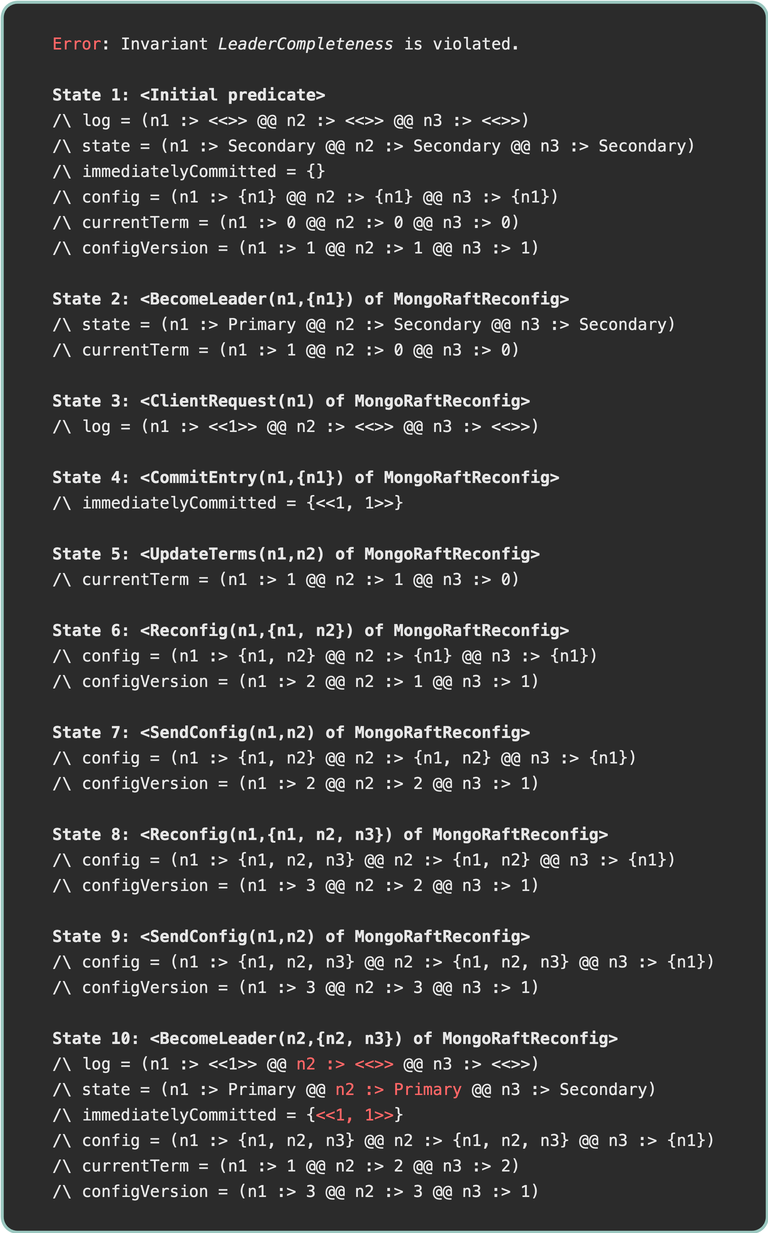
Before: traces/traces-t3.drawio.png, a diagram exported from draw.io (will62794/reconfig-traces). Source tidied: cells renumbered, new cells last; positions are measured from the earlier drawing's top-left corner, leaving out a move shared by most shapes.
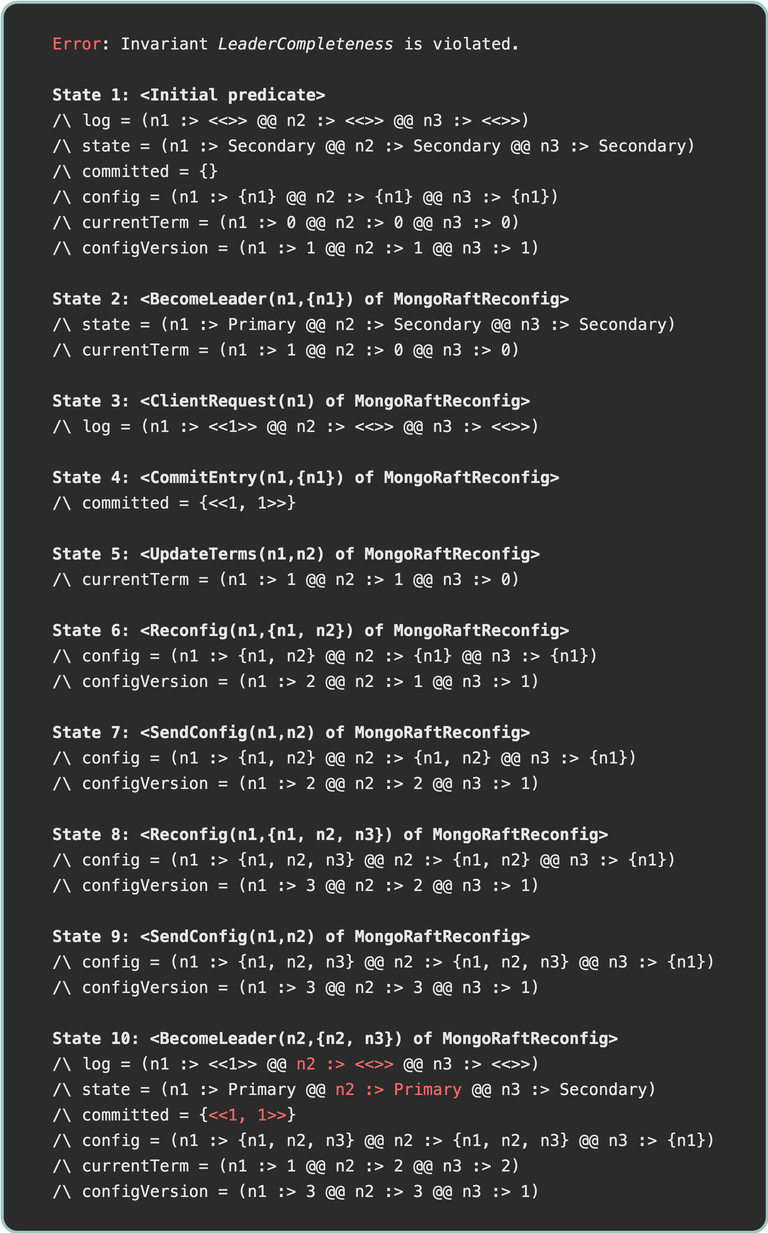
After the change.

What changed in the source:
```diff
@@ -2,7 +2,7 @@
   <root>
     <mxCell id="0" />
     <mxCell id="1" parent="0" />
-    <mxCell id="2" value="&lt;div style=&quot;background-color: rgb(43, 43, 43); line-height: 16px;&quot;&gt;&lt;div style=&quot;text-align: left;&quot;&gt;&lt;font face=&quot;Menlo, Monaco, Courier New, monospace&quot;&gt;&lt;span style=&quot;font-size: 10.8px; white-space: pre;&quot;&gt;&lt;font style=&quot;color: rgb(255, 102, 102);&quot;&gt;Error&lt;/font&gt;&lt;font color=&quot;#e6e6e6&quot;&gt;: Invariant &lt;/font&gt;&lt;i style=&quot;color: rgb(230, 230, 230);&quot;&gt;LeaderCompleteness&lt;/i&gt;&lt;font color=&quot;#e6e6e6&quot;&gt; is violated.&lt;br&gt;&lt;/font&gt;&lt;b style=&quot;color: rgb(230, 230, 230);&quot;&gt;&lt;br&gt;&lt;/b&gt;&lt;/span&gt;&lt;/font&gt;&lt;/div&gt;&lt;div style=&quot;text-align: left;&quot;&gt;&lt;font face=&quot;Menlo, Monaco, Courier New, monospace&quot;&gt;&lt;span style=&quot;font-size: 10.8px; white-space: pre;&quot;&gt;&lt;b style=&quot;color: rgb(230, 230, 230);&quot;&gt;State 1: &amp;lt;Initial predicate&amp;gt;&lt;br&gt;&lt;/b&gt;&lt;font color=&quot;#e6e6e6&quot;&gt;/\ log = (n1 :&amp;gt; &amp;lt;&amp;lt;&amp;gt;&amp;gt; @@ n2 :&amp;gt; &amp;lt;&amp;lt;&amp;gt;&amp;gt; @@ n3 :&amp;gt; &amp;lt;&amp;lt;&amp;gt;&amp;gt;)&lt;br&gt;/\ state = (n1 :&amp;gt; Secondary @@ n2 :&amp;gt; Secondary @@ n3 :&amp;gt; Secondary)&lt;br&gt;/\ immediatelyCommitted = {}&lt;br&gt;/\ config = (n1 :&amp;gt; {n1} @@ n2 :&amp;gt; {n1} @@ n3 :&amp;gt; {n1})&lt;br&gt;/\ currentTerm = (n1 :&amp;gt; 0 @@ n2 :&amp;gt; 0 @@ n3 :&amp;gt; 0)&lt;br&gt;/\ configVersion = (n1 :&amp;gt; 1 @@ n2 :&amp;gt; 1 @@ n3 :&amp;gt; 1)&lt;br&gt;&lt;br&gt;&lt;/font&gt;&lt;b style=&quot;color: rgb(230, 230, 230);&quot;&gt;State 2: &amp;lt;BecomeLeader(n1,{n1}) of MongoRaftReconfig&amp;gt;&lt;br&gt;&lt;/b&gt;&lt;font color=&quot;#e6e6e6&quot;&gt;/\ state = (n1 :&amp;gt; Primary @@ n2 :&amp;gt; Secondary @@ n3 :&amp;gt; Secondary)&lt;br&gt;/\ currentTerm = (n1 :&amp;gt; 1 @@ n2 :&amp;gt; 0 @@ n3 :&amp;gt; 0)&lt;br&gt;&lt;br&gt;&lt;/font&gt;&lt;b style=&quot;color: rgb(230, 230, 230);&quot;&gt;State 3: &amp;lt;ClientRequest(n1) of MongoRaftReconfig&amp;gt;&lt;br&gt;&lt;/b&gt;&lt;font color=&quot;#e6e6e6&quot;&gt;/\ log = (n1 :&amp;gt; &amp;lt;&amp;lt;1&amp;gt;&amp;gt; @@ n2 :&amp;gt; &amp;lt;&amp;lt;&amp;gt;&amp;gt; @@ n3 :&amp;gt; &amp;lt;&amp;lt;&amp;gt;&amp;gt;)&lt;br&gt;&lt;br&gt;&lt;/font&gt;&lt;b style=&quot;color: rgb(230, 230, 230);&quot;&gt;State 4: &amp;lt;CommitEntry(n1,{n1}) of MongoRaftReconfig&amp;gt;&lt;br&gt;&lt;/b&gt;&lt;font color=&quot;#e6e6e6&quot;&gt;/\ immediatelyCommitted = {&amp;lt;&amp;lt;1, 1&amp;gt;&amp;gt;}&lt;br&gt;&lt;br&gt;&lt;/font&gt;&lt;b style=&quot;color: rgb(230, 230, 230);&quot;&gt;State 5: &amp;lt;UpdateTerms(n1,n2) of MongoRaftReconfig&amp;gt;&lt;br&gt;&lt;/b&gt;&lt;font color=&quot;#e6e6e6&quot;&gt;/\ currentTerm = (n1 :&amp;gt; 1 @@ n2 :&amp;gt; 1 @@ n3 :&amp;gt; 0)&lt;br&gt;&lt;br&gt;&lt;/font&gt;&lt;b style=&quot;color: rgb(230, 230, 230);&quot;&gt;State 6: &amp;lt;Reconfig(n1,{n1, n2}) of MongoRaftReconfig&amp;gt;&lt;br&gt;&lt;/b&gt;&lt;font color=&quot;#e6e6e6&quot;&gt;/\ config = (n1 :&amp;gt; {n1, n2} @@ n2 :&amp;gt; {n1} @@ n3 :&amp;gt; {n1})&lt;br&gt;/\ configVersion = (n1 :&amp;gt; 2 @@ n2 :&amp;gt; 1 @@ n3 :&amp;gt; 1)&lt;br&gt;&lt;br&gt;&lt;/font&gt;&lt;b style=&quot;color: rgb(230, 230, 230);&quot;&gt;State 7: &amp;lt;SendConfig(n1,n2) of MongoRaftReconfig&amp;gt;&lt;br&gt;&lt;/b&gt;&lt;font color=&quot;#e6e6e6&quot;&gt;/\ config = (n1 :&amp;gt; {n1, n2} @@ n2 :&amp;gt; {n1, n2} @@ n3 :&amp;gt; {n1})&lt;br&gt;/\ configVersion = (n1 :&amp;gt; 2 @@ n2 :&amp;gt; 2 @@ n3 :&amp;gt; 1)&lt;br&gt;&lt;br&gt;&lt;/font&gt;&lt;b style=&quot;color: rgb(230, 230, 230);&quot;&gt;State 8: &amp;lt;Reconfig(n1,{n1, n2, n3}) of MongoRaftReconfig&amp;gt;&lt;br&gt;&lt;/b&gt;&lt;font color=&quot;#e6e6e6&quot;&gt;/\ config = (n1 :&amp;gt; {n1, n2, n3} @@ n2 :&amp;gt; {n1, n2} @@ n3 :&amp;gt; {n1})&lt;br&gt;/\ configVersion = (n1 :&amp;gt; 3 @@ n2 :&amp;gt; 2 @@ n3 :&amp;gt; 1)&lt;br&gt;&lt;br&gt;&lt;/font&gt;&lt;b style=&quot;color: rgb(230, 230, 230);&quot;&gt;State 9: &amp;lt;SendConfig(n1,n2) of MongoRaftReconfig&amp;gt;&lt;br&gt;&lt;/b&gt;&lt;font color=&quot;#e6e6e6&quot;&gt;/\ config = (n1 :&amp;gt; {n1, n2, n3} @@ n2 :&amp;gt; {n1, n2, n3} @@ n3 :&amp;gt; {n1})&lt;br&gt;/\ configVersion = (n1 :&amp;gt; 3 @@ n2 :&amp;gt; 3 @@ n3 :&amp;gt; 1)&lt;br&gt;&lt;br&gt;&lt;/font&gt;&lt;b style=&quot;color: rgb(230, 230, 230);&quot;&gt;State 10: &amp;lt;BecomeLeader(n2,{n2, n3}) of MongoRaftReconfig&amp;gt;&lt;br&gt;&lt;/b&gt;&lt;font color=&quot;#e6e6e6&quot;&gt;/\ log = (n1 :&amp;gt; &amp;lt;&amp;lt;1&amp;gt;&amp;gt; @@ &lt;/font&gt;&lt;font style=&quot;color: rgb(255, 102, 102);&quot;&gt;n2 :&amp;gt; &amp;lt;&amp;lt;&amp;gt;&amp;gt;&lt;/font&gt;&lt;font color=&quot;#e6e6e6&quot;&gt; @@ n3 :&amp;gt; &amp;lt;&amp;lt;&amp;gt;&amp;gt;)&lt;br&gt;/\ state = (n1 :&amp;gt; Primary @@ &lt;/font&gt;&lt;font style=&quot;color: rgb(255, 102, 102);&quot;&gt;n2 :&amp;gt; Primary &lt;/font&gt;&lt;font color=&quot;#e6e6e6&quot;&gt;@@ n3 :&amp;gt; Secondary)&lt;br&gt;/\ immediatelyCommitted = {&lt;/font&gt;&lt;font style=&quot;color: rgb(255, 102, 102);&quot;&gt;&amp;lt;&amp;lt;1, 1&amp;gt;&amp;gt;&lt;/font&gt;&lt;font color=&quot;#e6e6e6&quot;&gt;}&lt;br&gt;/\ config = (n1 :&amp;gt; {n1, n2, n3} @@ n2 :&amp;gt; {n1, n2, n3} @@ n3 :&amp;gt; {n1})&lt;br&gt;/\ currentTerm = (n1 :&amp;gt; 1 @@ n2 :&amp;gt; 2 @@ n3 :&amp;gt; 2)&lt;br&gt;/\ configVersion = (n1 :&amp;gt; 3 @@ n2 :&amp;gt; 3 @@ n3 :&amp;gt; 1)&lt;/font&gt;&lt;/span&gt;&lt;/font&gt;&lt;span style=&quot;color: rgb(169, 183, 198); font-family: Menlo, Monaco, &amp;quot;Courier New&amp;quot;, monospace; font-size: 10.8px; white-space: pre;&quot;&gt;&lt;br&gt;&lt;/span&gt;&lt;/div&gt;&lt;/div&gt;" style="text;html=1;align=center;verticalAlign=middle;whiteSpace=wrap;rounded=1;strokeColor=#9AC7BF;fillColor=light-dark(#2B2B2B,#282A35);gradientColor=none;arcSize=2;strokeWidth=2;" parent="1" vertex="1">
+    <mxCell id="2" value="&lt;div style=&quot;background-color: rgb(43, 43, 43); line-height: 16px;&quot;&gt;&lt;div style=&quot;text-align: left;&quot;&gt;&lt;font face=&quot;Menlo, Monaco, Courier New, monospace&quot;&gt;&lt;span style=&quot;font-size: 10.8px; white-space: pre;&quot;&gt;&lt;font style=&quot;color: rgb(255, 102, 102);&quot;&gt;Error&lt;/font&gt;&lt;font color=&quot;#e6e6e6&quot;&gt;: Invariant &lt;/font&gt;&lt;i style=&quot;color: rgb(230, 230, 230);&quot;&gt;LeaderCompleteness&lt;/i&gt;&lt;font color=&quot;#e6e6e6&quot;&gt; is violated.&lt;br&gt;&lt;/font&gt;&lt;b style=&quot;color: rgb(230, 230, 230);&quot;&gt;&lt;br&gt;&lt;/b&gt;&lt;/span&gt;&lt;/font&gt;&lt;/div&gt;&lt;div style=&quot;text-align: left;&quot;&gt;&lt;font face=&quot;Menlo, Monaco, Courier New, monospace&quot;&gt;&lt;span style=&quot;font-size: 10.8px; white-space: pre;&quot;&gt;&lt;b style=&quot;color: rgb(230, 230, 230);&quot;&gt;State 1: &amp;lt;Initial predicate&amp;gt;&lt;br&gt;&lt;/b&gt;&lt;font color=&quot;#e6e6e6&quot;&gt;/\ log = (n1 :&amp;gt; &amp;lt;&amp;lt;&amp;gt;&amp;gt; @@ n2 :&amp;gt; &amp;lt;&amp;lt;&amp;gt;&amp;gt; @@ n3 :&amp;gt; &amp;lt;&amp;lt;&amp;gt;&amp;gt;)&lt;br&gt;/\ state = (n1 :&amp;gt; Secondary @@ n2 :&amp;gt; Secondary @@ n3 :&amp;gt; Secondary)&lt;br&gt;/\ committed = {}&lt;br&gt;/\ config = (n1 :&amp;gt; {n1} @@ n2 :&amp;gt; {n1} @@ n3 :&amp;gt; {n1})&lt;br&gt;/\ currentTerm = (n1 :&amp;gt; 0 @@ n2 :&amp;gt; 0 @@ n3 :&amp;gt; 0)&lt;br&gt;/\ configVersion = (n1 :&amp;gt; 1 @@ n2 :&amp;gt; 1 @@ n3 :&amp;gt; 1)&lt;br&gt;&lt;br&gt;&lt;/font&gt;&lt;b style=&quot;color: rgb(230, 230, 230);&quot;&gt;State 2: &amp;lt;BecomeLeader(n1,{n1}) of MongoRaftReconfig&amp;gt;&lt;br&gt;&lt;/b&gt;&lt;font color=&quot;#e6e6e6&quot;&gt;/\ state = (n1 :&amp;gt; Primary @@ n2 :&amp;gt; Secondary @@ n3 :&amp;gt; Secondary)&lt;br&gt;/\ currentTerm = (n1 :&amp;gt; 1 @@ n2 :&amp;gt; 0 @@ n3 :&amp;gt; 0)&lt;br&gt;&lt;br&gt;&lt;/font&gt;&lt;b style=&quot;color: rgb(230, 230, 230);&quot;&gt;State 3: &amp;lt;ClientRequest(n1) of MongoRaftReconfig&amp;gt;&lt;br&gt;&lt;/b&gt;&lt;font color=&quot;#e6e6e6&quot;&gt;/\ log = (n1 :&amp;gt; &amp;lt;&amp;lt;1&amp;gt;&amp;gt; @@ n2 :&amp;gt; &amp;lt;&amp;lt;&amp;gt;&amp;gt; @@ n3 :&amp;gt; &amp;lt;&amp;lt;&amp;gt;&amp;gt;)&lt;br&gt;&lt;br&gt;&lt;/font&gt;&lt;b style=&quot;color: rgb(230, 230, 230);&quot;&gt;State 4: &amp;lt;CommitEntry(n1,{n1}) of MongoRaftReconfig&amp;gt;&lt;br&gt;&lt;/b&gt;&lt;font color=&quot;#e6e6e6&quot;&gt;/\ committed = {&amp;lt;&amp;lt;1, 1&amp;gt;&amp;gt;}&lt;br&gt;&lt;br&gt;&lt;/font&gt;&lt;b style=&quot;color: rgb(230, 230, 230);&quot;&gt;State 5: &amp;lt;UpdateTerms(n1,n2) of MongoRaftReconfig&amp;gt;&lt;br&gt;&lt;/b&gt;&lt;font color=&quot;#e6e6e6&quot;&gt;/\ currentTerm = (n1 :&amp;gt; 1 @@ n2 :&amp;gt; 1 @@ n3 :&amp;gt; 0)&lt;br&gt;&lt;br&gt;&lt;/font&gt;&lt;b style=&quot;color: rgb(230, 230, 230);&quot;&gt;State 6: &amp;lt;Reconfig(n1,{n1, n2}) of MongoRaftReconfig&amp;gt;&lt;br&gt;&lt;/b&gt;&lt;font color=&quot;#e6e6e6&quot;&gt;/\ config = (n1 :&amp;gt; {n1, n2} @@ n2 :&amp;gt; {n1} @@ n3 :&amp;gt; {n1})&lt;br&gt;/\ configVersion = (n1 :&amp;gt; 2 @@ n2 :&amp;gt; 1 @@ n3 :&amp;gt; 1)&lt;br&gt;&lt;br&gt;&lt;/font&gt;&lt;b style=&quot;color: rgb(230, 230, 230);&quot;&gt;State 7: &amp;lt;SendConfig(n1,n2) of MongoRaftReconfig&amp;gt;&lt;br&gt;&lt;/b&gt;&lt;font color=&quot;#e6e6e6&quot;&gt;/\ config = (n1 :&amp;gt; {n1, n2} @@ n2 :&amp;gt; {n1, n2} @@ n3 :&amp;gt; {n1})&lt;br&gt;/\ configVersion = (n1 :&amp;gt; 2 @@ n2 :&amp;gt; 2 @@ n3 :&amp;gt; 1)&lt;br&gt;&lt;br&gt;&lt;/font&gt;&lt;b style=&quot;color: rgb(230, 230, 230);&quot;&gt;State 8: &amp;lt;Reconfig(n1,{n1, n2, n3}) of MongoRaftReconfig&amp;gt;&lt;br&gt;&lt;/b&gt;&lt;font color=&quot;#e6e6e6&quot;&gt;/\ config = (n1 :&amp;gt; {n1, n2, n3} @@ n2 :&amp;gt; {n1, n2} @@ n3 :&amp;gt; {n1})&lt;br&gt;/\ configVersion = (n1 :&amp;gt; 3 @@ n2 :&amp;gt; 2 @@ n3 :&amp;gt; 1)&lt;br&gt;&lt;br&gt;&lt;/font&gt;&lt;b style=&quot;color: rgb(230, 230, 230);&quot;&gt;State 9: &amp;lt;SendConfig(n1,n2) of MongoRaftReconfig&amp;gt;&lt;br&gt;&lt;/b&gt;&lt;font color=&quot;#e6e6e6&quot;&gt;/\ config = (n1 :&amp;gt; {n1, n2, n3} @@ n2 :&amp;gt; {n1, n2, n3} @@ n3 :&amp;gt; {n1})&lt;br&gt;/\ configVersion = (n1 :&amp;gt; 3 @@ n2 :&amp;gt; 3 @@ n3 :&amp;gt; 1)&lt;br&gt;&lt;br&gt;&lt;/font&gt;&lt;b style=&quot;color: rgb(230, 230, 230);&quot;&gt;State 10: &amp;lt;BecomeLeader(n2,{n2, n3}) of MongoRaftReconfig&amp;gt;&lt;br&gt;&lt;/b&gt;&lt;font color=&quot;#e6e6e6&quot;&gt;/\ log = (n1 :&amp;gt; &amp;lt;&amp;lt;1&amp;gt;&amp;gt; @@ &lt;/font&gt;&lt;font style=&quot;color: rgb(255, 102, 102);&quot;&gt;n2 :&amp;gt; &amp;lt;&amp;lt;&amp;gt;&amp;gt;&lt;/font&gt;&lt;font color=&quot;#e6e6e6&quot;&gt; @@ n3 :&amp;gt; &amp;lt;&amp;lt;&amp;gt;&amp;gt;)&lt;br&gt;/\ state = (n1 :&amp;gt; Primary @@ &lt;/font&gt;&lt;font style=&quot;color: rgb(255, 102, 102);&quot;&gt;n2 :&amp;gt; Primary &lt;/font&gt;&lt;font color=&quot;#e6e6e6&quot;&gt;@@ n3 :&amp;gt; Secondary)&lt;br&gt;/\ committed = {&lt;/font&gt;&lt;font style=&quot;color: rgb(255, 102, 102);&quot;&gt;&amp;lt;&amp;lt;1, 1&amp;gt;&amp;gt;&lt;/font&gt;&lt;font color=&quot;#e6e6e6&quot;&gt;}&lt;br&gt;/\ config = (n1 :&amp;gt; {n1, n2, n3} @@ n2 :&amp;gt; {n1, n2, n3} @@ n3 :&amp;gt; {n1})&lt;br&gt;/\ currentTerm = (n1 :&amp;gt; 1 @@ n2 :&amp;gt; 2 @@ n3 :&amp;gt; 2)&lt;br&gt;/\ configVersion = (n1 :&amp;gt; 3 @@ n2 :&amp;gt; 3 @@ n3 :&amp;gt; 1)&lt;/font&gt;&lt;/span&gt;&lt;/font&gt;&lt;span style=&quot;color: rgb(169, 183, 198); font-family: Menlo, Monaco, &amp;quot;Courier New&amp;quot;, monospace; font-size: 10.8px; white-space: pre;&quot;&gt;&lt;br&gt;&lt;/span&gt;&lt;/div&gt;&lt;/div&gt;" style="text;html=1;align=center;verticalAlign=middle;whiteSpace=wrap;rounded=1;strokeColor=#9AC7BF;fillColor=light-dark(#2B2B2B,#282A35);gradientColor=none;arcSize=2;strokeWidth=2;" parent="1" vertex="1">
       <mxGeometry width="510" height="820" as="geometry" />
     </mxCell>
   </root>
```
